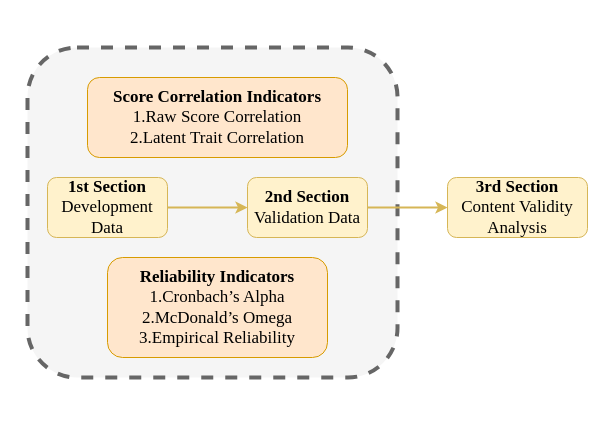
This is Short_APM.drawio from qipengchen/draw_io, a draw.io file, before an edit. Source tidied: cells renumbered, new cells numbered last; positions are measured from the earlier drawing's top-left corner, leaving out a move shared by most shapes. Both pictures are drawn from the tidied source at 100%, with x=0, y=0 at pixel (27, 47).
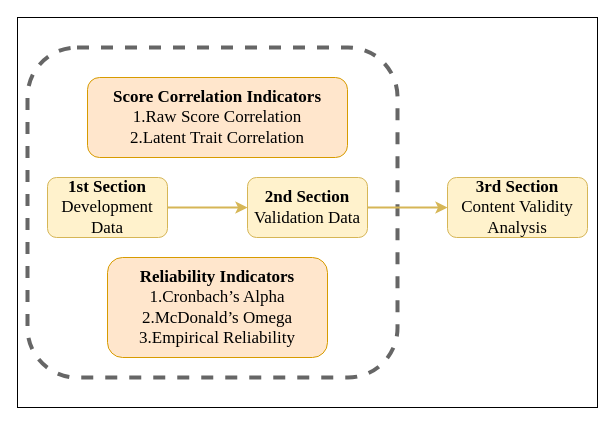
The same diagram, later.

The edit, as a diff of the source:
```diff
@@
 <mxGraphModel>
   <root>
     <mxCell id="0" />
     <mxCell id="1" parent="0" />
+    <mxCell id="10" style="rounded=0;whiteSpace=wrap;html=1;strokeWidth=1;" parent="1" vertex="1">
+      <mxGeometry x="-10" y="-30" width="580" height="390" as="geometry" />
+    </mxCell>
-    <mxCell id="2" style="rounded=1;whiteSpace=wrap;html=1;dashed=1;strokeWidth=4;strokeColor=#666666;fillColor=#f5f5f5;fontColor=#333333;fontSize=17;" parent="1" vertex="1">
+    <mxCell id="2" style="rounded=1;whiteSpace=wrap;html=1;dashed=1;strokeWidth=4;strokeColor=#666666;fillColor=none;fontColor=#333333;fontSize=17;fillStyle=dashed;" parent="1" vertex="1">
       <mxGeometry width="370" height="330" as="geometry" />
     </mxCell>
     <mxCell id="3" value="&lt;div style=&quot;font-size: 17px;&quot;&gt;&lt;br style=&quot;font-size: 17px;&quot;&gt;&lt;/div&gt;&lt;span lang=&quot;EN-US&quot; style=&quot;font-family: &amp;quot;Times New Roman&amp;quot;, serif; font-size: 17px;&quot;&gt;&lt;div style=&quot;font-size: 17px;&quot;&gt;&lt;span style=&quot;background-color: initial; font-size: 17px;&quot;&gt;&lt;b style=&quot;font-size: 17px;&quot;&gt;&lt;font style=&quot;font-size: 17px;&quot;&gt;Score Correlation Indicators&lt;/font&gt;&lt;/b&gt;&lt;/span&gt;&lt;/div&gt;&lt;/span&gt;&lt;div style=&quot;font-size: 17px;&quot;&gt;&lt;font face=&quot;Times New Roman, serif&quot; style=&quot;font-size: 17px;&quot;&gt;&lt;span style=&quot;font-size: 17px;&quot;&gt;1.Raw Score Correlation&lt;/span&gt;&lt;/font&gt;&lt;/div&gt;&lt;div style=&quot;font-size: 17px;&quot;&gt;&lt;div style=&quot;font-size: 17px;&quot;&gt;&lt;span style=&quot;font-size: 17px; font-family: &amp;quot;Times New Roman&amp;quot;, serif; background-color: initial;&quot;&gt;2.Latent Trait Correlation&lt;/span&gt;&lt;/div&gt;&lt;div style=&quot;font-size: 17px;&quot;&gt;&lt;br style=&quot;font-size: 17px;&quot;&gt;&lt;/div&gt;&lt;/div&gt;" style="rounded=1;whiteSpace=wrap;html=1;align=center;fillColor=#ffe6cc;strokeColor=#d79b00;fontSize=17;" parent="1" vertex="1">
       <mxGeometry x="60" y="30" width="260" height="80" as="geometry" />
     </mxCell>
     <mxCell id="4" style="edgeStyle=orthogonalEdgeStyle;rounded=0;jettySize=auto;html=1;fontFamily=Times New Roman;fontSize=17;fillColor=#fff2cc;strokeColor=#d6b656;strokeWidth=2;" parent="1" edge="1" source="5" target="7">
       <mxGeometry relative="1" as="geometry" />
     </mxCell>
     <mxCell id="5" value="&lt;div style=&quot;font-size: 17px;&quot;&gt;&lt;b style=&quot;font-size: 17px;&quot;&gt;1st Section&lt;/b&gt;&lt;/div&gt;Development Data" style="rounded=1;whiteSpace=wrap;html=1;fontFamily=Times New Roman;fontSize=17;fillColor=#fff2cc;strokeColor=#d6b656;" parent="1" vertex="1">
       <mxGeometry x="20" y="130" width="120" height="60" as="geometry" />
     </mxCell>
     <mxCell id="6" style="edgeStyle=orthogonalEdgeStyle;rounded=0;jettySize=auto;html=1;fontFamily=Times New Roman;fontSize=17;fillColor=#fff2cc;strokeColor=#d6b656;strokeWidth=2;" parent="1" edge="1" source="7" target="8">
       <mxGeometry relative="1" as="geometry" />
     </mxCell>
     <mxCell id="7" value="&lt;b style=&quot;font-size: 17px;&quot;&gt;2nd Section&lt;/b&gt;&lt;br style=&quot;font-size: 17px;&quot;&gt;Validation Data" style="whiteSpace=wrap;html=1;rounded=1;fontFamily=Times New Roman;fontSize=17;fillColor=#fff2cc;strokeColor=#d6b656;" parent="1" vertex="1">
       <mxGeometry x="220" y="130" width="120" height="60" as="geometry" />
     </mxCell>
     <mxCell id="8" value="&lt;div style=&quot;font-size: 17px;&quot;&gt;&lt;b style=&quot;font-size: 17px;&quot;&gt;3rd Section&lt;/b&gt;&lt;/div&gt;Content Validity Analysis" style="whiteSpace=wrap;html=1;rounded=1;fontFamily=Times New Roman;fontSize=17;fillColor=#fff2cc;strokeColor=#d6b656;" parent="1" vertex="1">
       <mxGeometry x="420" y="130" width="140" height="60" as="geometry" />
     </mxCell>
     <mxCell id="9" value="&lt;b style=&quot;font-size: 17px;&quot;&gt;Reliability Indicators&lt;/b&gt;&lt;br style=&quot;font-size: 17px;&quot;&gt;1.&lt;span style=&quot;background-color: initial; font-size: 17px;&quot;&gt;Cronbach’s Alpha&lt;/span&gt;&lt;div style=&quot;font-size: 17px;&quot;&gt;&lt;span lang=&quot;EN-US&quot; style=&quot;font-size: 17px;&quot;&gt;2.McDonald’s Omega&lt;/span&gt;&lt;/div&gt;&lt;div style=&quot;font-size: 17px;&quot;&gt;&lt;font style=&quot;font-size: 17px;&quot;&gt;&lt;span style=&quot;font-size: 17px;&quot;&gt;3.Empirical Reliability&lt;/span&gt;&lt;/font&gt;&lt;/div&gt;" style="rounded=1;whiteSpace=wrap;html=1;fontSize=17;fontFamily=Times New Roman;fillColor=#ffe6cc;strokeColor=#d79b00;" parent="1" vertex="1">
       <mxGeometry x="80" y="210" width="220" height="100" as="geometry" />
     </mxCell>
   </root>
 </mxGraphModel>
```
